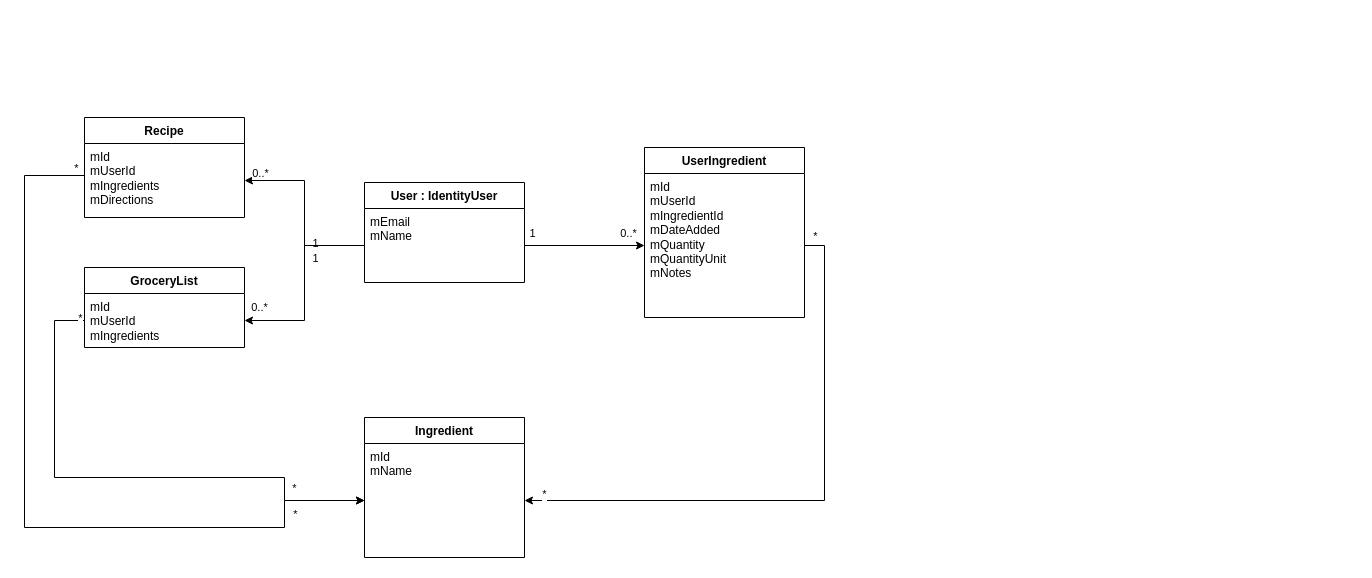
Earlier version of the draw.io diagram ClassDiagram.drawio (GabeJerome/Kro). Source tidied: cells renumbered, new cells numbered last; positions are measured from the earlier drawing's top-left corner, leaving out a move shared by most shapes. Both pictures are drawn from the tidied source at 100%, with x=0, y=0 at pixel (24, 117).
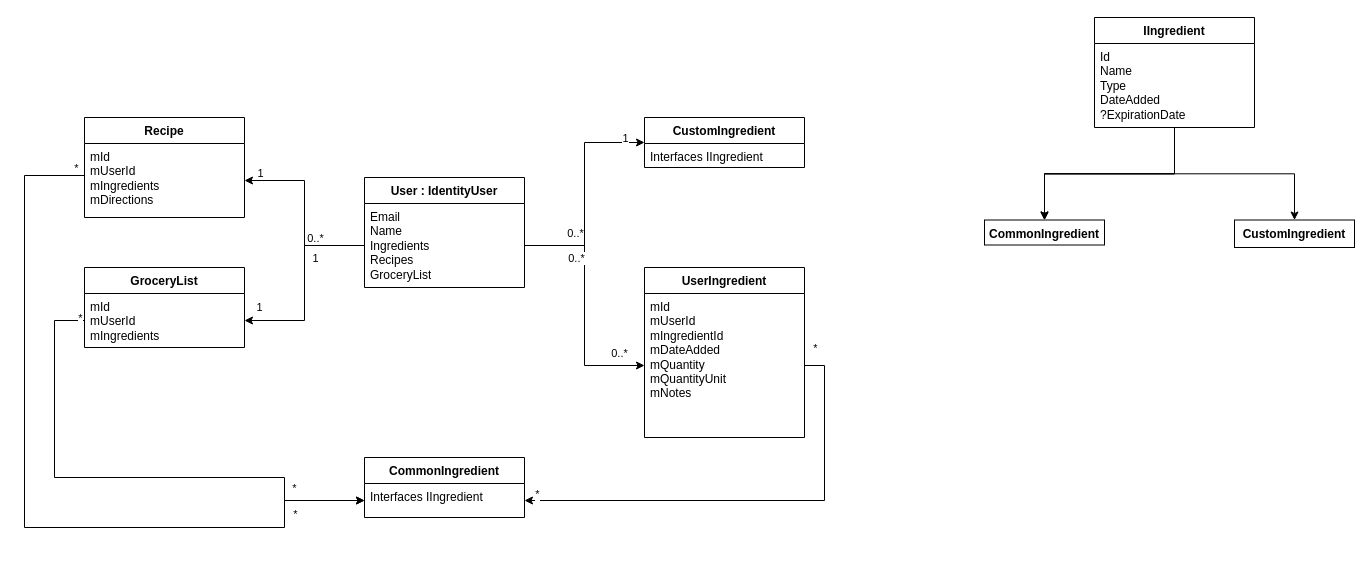
After the change.

The change refers to these unchanged cells:
```xml
<mxCell id="12" style="rounded=0;jettySize=auto;html=1;exitX=1;exitY=0.5;exitDx=0;exitDy=0;entryX=0;entryY=0.5;entryDx=0;entryDy=0;edgeStyle=orthogonalEdgeStyle;" parent="1" edge="1" source="3" target="9">
  <mxGeometry relative="1" as="geometry" />
</mxCell>
<mxCell id="18" style="edgeStyle=orthogonalEdgeStyle;rounded=0;jettySize=auto;html=1;entryX=1;entryY=0.5;entryDx=0;entryDy=0;" parent="1" edge="1" source="3" target="5">
  <mxGeometry relative="1" as="geometry" />
</mxCell>
<mxCell id="21" style="edgeStyle=orthogonalEdgeStyle;rounded=0;jettySize=auto;html=1;entryX=1;entryY=0.5;entryDx=0;entryDy=0;" parent="1" edge="1" source="3" target="11">
  <mxGeometry relative="1" as="geometry" />
</mxCell>
```

Change to the diagram source:
```diff
@@
     <mxCell id="2" value="User : IdentityUser" style="swimlane;fontStyle=1;align=center;verticalAlign=top;horizontal=1;startSize=26;whiteSpace=wrap;html=1;" parent="1" vertex="1">
-      <mxGeometry x="340" y="65" width="160" height="100" as="geometry" />
+      <mxGeometry x="340" y="60" width="160" height="110" as="geometry" />
     </mxCell>
-    <mxCell id="3" value="&lt;span style=&quot;text-align: justify; background-color: initial;&quot;&gt;mEmail&lt;/span&gt;&lt;br&gt;&lt;span style=&quot;text-align: justify; background-color: initial;&quot;&gt;mName&lt;/span&gt;" style="text;strokeColor=none;fillColor=none;align=left;verticalAlign=top;spacingLeft=4;spacingRight=4;overflow=hidden;points=[[0,0.5],[1,0.5]];portConstraint=eastwest;whiteSpace=wrap;html=1;" parent="2" vertex="1">
-      <mxGeometry y="26" width="160" height="74" as="geometry" />
+    <mxCell id="3" value="&lt;span style=&quot;text-align: justify; background-color: initial;&quot;&gt;Email&lt;/span&gt;&lt;br&gt;&lt;span style=&quot;text-align: justify; background-color: initial;&quot;&gt;Name&lt;/span&gt;&lt;div&gt;&lt;span style=&quot;text-align: justify; background-color: initial;&quot;&gt;Ingredients&lt;/span&gt;&lt;/div&gt;&lt;div&gt;&lt;span style=&quot;text-align: justify; background-color: initial;&quot;&gt;Recipes&lt;/span&gt;&lt;/div&gt;&lt;div&gt;&lt;span style=&quot;text-align: justify; background-color: initial;&quot;&gt;GroceryList&lt;/span&gt;&lt;/div&gt;" style="text;strokeColor=none;fillColor=none;align=left;verticalAlign=top;spacingLeft=4;spacingRight=4;overflow=hidden;points=[[0,0.5],[1,0.5]];portConstraint=eastwest;whiteSpace=wrap;html=1;" parent="2" vertex="1">
+      <mxGeometry y="26" width="160" height="84" as="geometry" />
     </mxCell>
@@
-    <mxCell id="6" value="Ingredient" style="swimlane;fontStyle=1;align=center;verticalAlign=top;horizontal=1;startSize=26;whiteSpace=wrap;html=1;" parent="1" vertex="1">
-      <mxGeometry x="340" y="300" width="160" height="140" as="geometry" />
+    <mxCell id="6" value="CommonIngredient" style="swimlane;fontStyle=1;align=center;verticalAlign=top;horizontal=1;startSize=26;whiteSpace=wrap;html=1;" parent="1" vertex="1">
+      <mxGeometry x="340" y="340" width="160" height="60" as="geometry" />
     </mxCell>
-    <mxCell id="7" value="&lt;span style=&quot;background-color: initial;&quot;&gt;mId&lt;/span&gt;&lt;br&gt;&lt;span style=&quot;background-color: initial;&quot;&gt;mName&lt;/span&gt;" style="text;strokeColor=none;fillColor=none;align=left;verticalAlign=top;spacingLeft=4;spacingRight=4;overflow=hidden;points=[[0,0.5],[1,0.5]];portConstraint=eastwest;whiteSpace=wrap;html=1;" parent="6" vertex="1">
-      <mxGeometry y="26" width="160" height="114" as="geometry" />
+    <mxCell id="7" value="Interfaces IIngredient" style="text;strokeColor=none;fillColor=none;align=left;verticalAlign=top;spacingLeft=4;spacingRight=4;overflow=hidden;points=[[0,0.5],[1,0.5]];portConstraint=eastwest;whiteSpace=wrap;html=1;" parent="6" vertex="1">
+      <mxGeometry y="26" width="160" height="34" as="geometry" />
     </mxCell>
     <mxCell id="8" value="UserIngredient" style="swimlane;fontStyle=1;align=center;verticalAlign=top;horizontal=1;startSize=26;whiteSpace=wrap;html=1;" parent="1" vertex="1">
-      <mxGeometry x="620" y="30" width="160" height="170" as="geometry" />
+      <mxGeometry x="620" y="150" width="160" height="170" as="geometry" />
     </mxCell>
@@
-    <mxCell id="13" value="1" style="edgeLabel;html=1;align=center;verticalAlign=middle;" parent="12" vertex="1">
+    <mxCell id="13" value="0..*" style="edgeLabel;html=1;align=center;verticalAlign=middle;" parent="12" vertex="1">
       <mxGeometry x="-0.82" y="3" relative="1" as="geometry">
-        <mxPoint x="-4" y="-10" as="offset" />
+        <mxPoint x="29" y="15" as="offset" />
       </mxGeometry>
     </mxCell>
@@
-    <mxCell id="19" value="1" style="edgeLabel;html=1;align=center;verticalAlign=middle;" parent="18" vertex="1">
+    <mxCell id="19" value="0..*" style="edgeLabel;html=1;align=center;verticalAlign=middle;" parent="18" vertex="1">
       <mxGeometry x="0.87" y="1" relative="1" as="geometry">
-        <mxPoint x="58" y="61" as="offset" />
+        <mxPoint x="58" y="56" as="offset" />
       </mxGeometry>
     </mxCell>
-    <mxCell id="20" value="0..*" style="edgeLabel;html=1;align=center;verticalAlign=middle;" parent="18" vertex="1">
+    <mxCell id="20" value="1" style="edgeLabel;html=1;align=center;verticalAlign=middle;" parent="18" vertex="1">
       <mxGeometry x="0.84" y="-1" relative="1" as="geometry">
         <mxPoint y="-7" as="offset" />
       </mxGeometry>
     </mxCell>
@@
-    <mxCell id="23" value="0..*" style="edgeLabel;html=1;align=center;verticalAlign=middle;" parent="21" vertex="1">
+    <mxCell id="23" value="1" style="edgeLabel;html=1;align=center;verticalAlign=middle;" parent="21" vertex="1">
       <mxGeometry x="0.86" relative="1" as="geometry">
         <mxPoint y="-14" as="offset" />
       </mxGeometry>
     </mxCell>
@@
+    <mxCell id="30" style="edgeStyle=orthogonalEdgeStyle;rounded=0;jettySize=auto;html=1;" parent="1" edge="1" source="34" target="36">
+      <mxGeometry relative="1" as="geometry" />
+    </mxCell>
+    <mxCell id="31" style="edgeStyle=orthogonalEdgeStyle;rounded=0;jettySize=auto;html=1;" parent="1" edge="1" source="34" target="36">
+      <mxGeometry relative="1" as="geometry" />
+    </mxCell>
+    <mxCell id="32" style="edgeStyle=orthogonalEdgeStyle;rounded=0;jettySize=auto;html=1;" parent="1" edge="1" source="34" target="36">
+      <mxGeometry relative="1" as="geometry" />
+    </mxCell>
+    <mxCell id="33" style="edgeStyle=orthogonalEdgeStyle;rounded=0;jettySize=auto;html=1;exitX=0.5;exitY=1;exitDx=0;exitDy=0;" parent="1" edge="1" source="34" target="37">
+      <mxGeometry relative="1" as="geometry" />
+    </mxCell>
+    <mxCell id="34" value="IIngredient" style="swimlane;fontStyle=1;align=center;verticalAlign=top;horizontal=1;startSize=26;whiteSpace=wrap;html=1;" parent="1" vertex="1">
+      <mxGeometry x="1070" y="-100" width="160" height="110" as="geometry" />
+    </mxCell>
+    <mxCell id="35" value="&lt;div&gt;Id&lt;/div&gt;&lt;div&gt;Name&lt;/div&gt;&lt;div&gt;Type&lt;/div&gt;&lt;div&gt;DateAdded&lt;/div&gt;&lt;div&gt;?ExpirationDate&lt;/div&gt;" style="text;strokeColor=none;fillColor=none;align=left;verticalAlign=top;spacingLeft=4;spacingRight=4;overflow=hidden;whiteSpace=wrap;html=1;" parent="34" vertex="1">
+      <mxGeometry y="26" width="160" height="84" as="geometry" />
+    </mxCell>
+    <mxCell id="36" value="CommonIngredient" style="whiteSpace=wrap;html=1;verticalAlign=top;fontStyle=1;startSize=26;" parent="1" vertex="1">
+      <mxGeometry x="960" y="102.5" width="120" height="25" as="geometry" />
+    </mxCell>
+    <mxCell id="37" value="CustomIngredient" style="whiteSpace=wrap;html=1;verticalAlign=top;fontStyle=1;startSize=26;" parent="1" vertex="1">
+      <mxGeometry x="1210" y="102.5" width="120" height="27.5" as="geometry" />
+    </mxCell>
+    <mxCell id="38" value="CustomIngredient" style="swimlane;fontStyle=1;align=center;verticalAlign=top;horizontal=1;startSize=26;whiteSpace=wrap;html=1;" parent="1" vertex="1">
+      <mxGeometry x="620" width="160" height="50" as="geometry" />
+    </mxCell>
+    <mxCell id="39" value="&lt;div&gt;Interfaces IIngredient&lt;/div&gt;" style="text;strokeColor=none;fillColor=none;align=left;verticalAlign=top;spacingLeft=4;spacingRight=4;overflow=hidden;whiteSpace=wrap;html=1;" parent="38" vertex="1">
+      <mxGeometry y="26" width="160" height="24" as="geometry" />
+    </mxCell>
+    <mxCell id="40" style="edgeStyle=orthogonalEdgeStyle;rounded=0;jettySize=auto;html=1;entryX=0;entryY=0.5;entryDx=0;entryDy=0;" parent="1" edge="1" source="3" target="38">
+      <mxGeometry relative="1" as="geometry" />
+    </mxCell>
+    <mxCell id="41" value="0..*" style="edgeLabel;html=1;align=center;verticalAlign=middle;" parent="40" vertex="1">
+      <mxGeometry x="-0.32" relative="1" as="geometry">
+        <mxPoint x="-10" y="3" as="offset" />
+      </mxGeometry>
+    </mxCell>
+    <mxCell id="42" value="1" style="edgeLabel;html=1;align=center;verticalAlign=middle;" parent="40" vertex="1">
+      <mxGeometry x="0.76" y="-1" relative="1" as="geometry">
+        <mxPoint x="7" y="-6" as="offset" />
+      </mxGeometry>
+    </mxCell>
```
